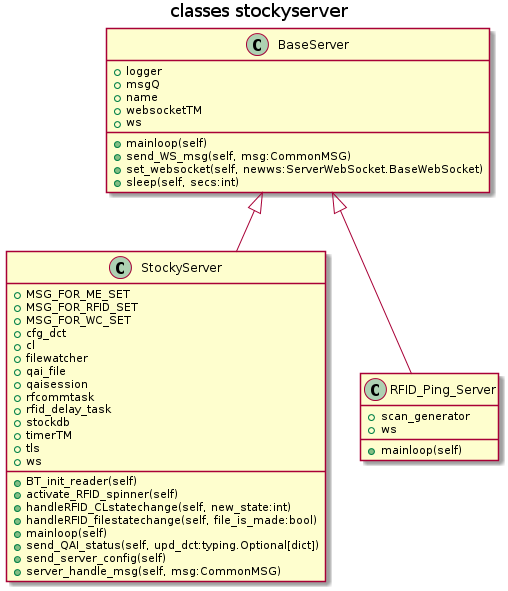
cfe-lab/stocky keeps this PlantUML diagram as stocky-devel/stocky/docs/source/uml_images/classes_stockyserver_classes.png. Above is the earlier version. The source it was exported from:
```plantuml
@startuml
title classes stockyserver
class BaseServer {
    +logger
    +msgQ
    +name
    +websocketTM
    +ws
    +mainloop(self)
    +send_WS_msg(self, msg:CommonMSG)
    +set_websocket(self, newws:ServerWebSocket.BaseWebSocket)
    +sleep(self, secs:int)
}
class StockyServer {
    +MSG_FOR_ME_SET
    +MSG_FOR_RFID_SET
    +MSG_FOR_WC_SET
    +cfg_dct
    +cl
    +filewatcher
    +qai_file
    +qaisession
    +rfcommtask
    +rfid_delay_task
    +stockdb
    +timerTM
    +tls
    +ws
    +BT_init_reader(self)
    +activate_RFID_spinner(self)
    +handleRFID_CLstatechange(self, new_state:int)
    +handleRFID_filestatechange(self, file_is_made:bool)
    +mainloop(self)
    +send_QAI_status(self, upd_dct:typing.Optional[dict])
    +send_server_config(self)
    +server_handle_msg(self, msg:CommonMSG)
}
class RFID_Ping_Server {
    +scan_generator
    +ws
    +mainloop(self)
}

BaseServer <|-- StockyServer
BaseServer <|-- RFID_Ping_Server

@enduml
```
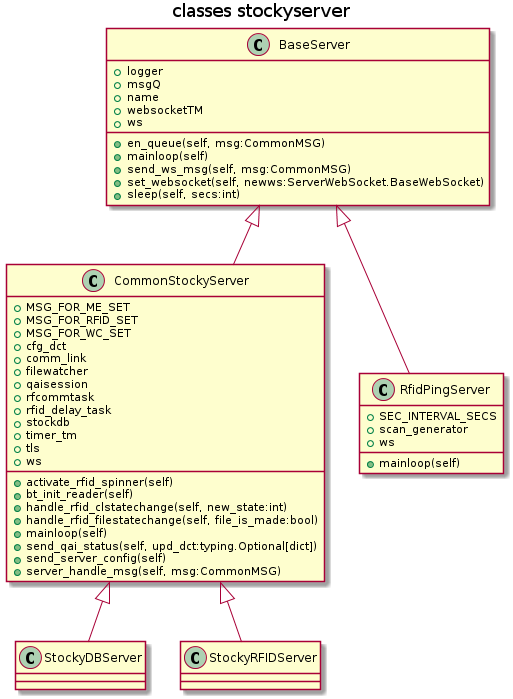
Above is the later version.

Diff of the diagram source:
```diff
@@ -6,42 +6,47 @@
     +name
     +websocketTM
     +ws
+    +en_queue(self, msg:CommonMSG)
     +mainloop(self)
-    +send_WS_msg(self, msg:CommonMSG)
+    +send_ws_msg(self, msg:CommonMSG)
     +set_websocket(self, newws:ServerWebSocket.BaseWebSocket)
     +sleep(self, secs:int)
 }
-class StockyServer {
+class CommonStockyServer {
     +MSG_FOR_ME_SET
     +MSG_FOR_RFID_SET
     +MSG_FOR_WC_SET
     +cfg_dct
-    +cl
+    +comm_link
     +filewatcher
-    +qai_file
     +qaisession
     +rfcommtask
     +rfid_delay_task
     +stockdb
-    +timerTM
+    +timer_tm
     +tls
     +ws
-    +BT_init_reader(self)
-    +activate_RFID_spinner(self)
-    +handleRFID_CLstatechange(self, new_state:int)
-    +handleRFID_filestatechange(self, file_is_made:bool)
+    +activate_rfid_spinner(self)
+    +bt_init_reader(self)
+    +handle_rfid_clstatechange(self, new_state:int)
+    +handle_rfid_filestatechange(self, file_is_made:bool)
     +mainloop(self)
-    +send_QAI_status(self, upd_dct:typing.Optional[dict])
+    +send_qai_status(self, upd_dct:typing.Optional[dict])
     +send_server_config(self)
     +server_handle_msg(self, msg:CommonMSG)
 }
-class RFID_Ping_Server {
+class StockyDBServer
+class StockyRFIDServer
+class RfidPingServer {
+    +SEC_INTERVAL_SECS
     +scan_generator
     +ws
     +mainloop(self)
 }
 
-BaseServer <|-- StockyServer
-BaseServer <|-- RFID_Ping_Server
+BaseServer <|-- CommonStockyServer
+CommonStockyServer <|-- StockyDBServer
+CommonStockyServer <|-- StockyRFIDServer
+BaseServer <|-- RfidPingServer
 
 @enduml
```
